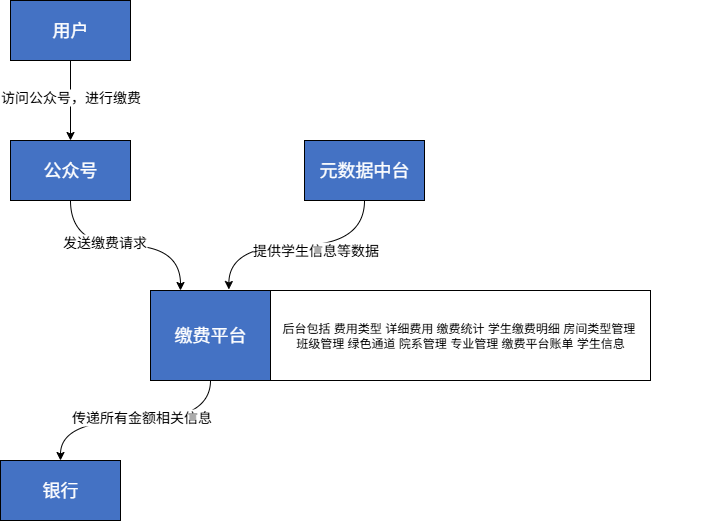
Earlier version of the draw.io export 缴费平台.drawio.png (bzerozero7/test). Source tidied: cells renumbered, new cells last; positions are measured from the earlier drawing's top-left corner, leaving out a move shared by most shapes.
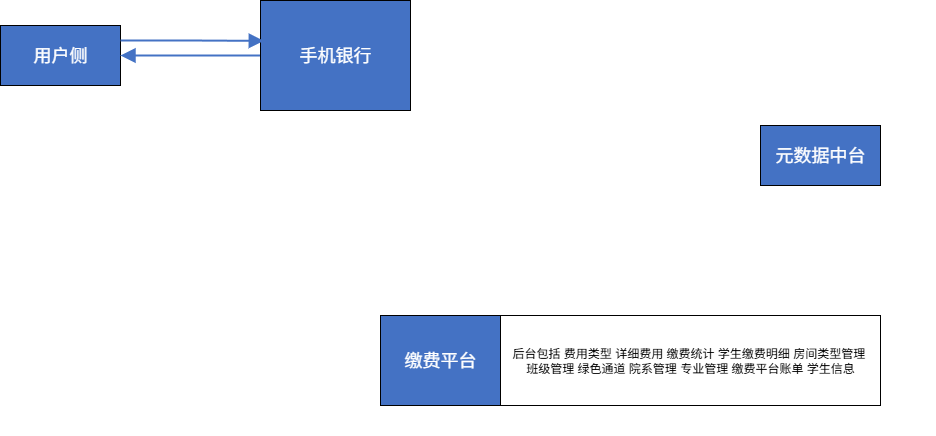
After the change.

Commit message:
更新缴费平台.drawio.png

Change to the diagram source:
```diff
@@ -2,50 +2,29 @@
   <root>
     <mxCell id="0" />
     <mxCell id="1" parent="0" />
-    <mxCell id="2" style="edgeStyle=orthogonalEdgeStyle;rounded=0;jettySize=auto;html=1;exitX=0.5;exitY=1;exitDx=0;exitDy=0;entryX=0.5;entryY=0;entryDx=0;entryDy=0;" parent="1" edge="1" source="4" target="7">
-      <mxGeometry relative="1" as="geometry" />
-    </mxCell>
-    <mxCell id="3" value="&lt;font style=&quot;font-size: 14px;&quot;&gt;访问公众号，进行缴费&lt;/font&gt;" style="edgeLabel;html=1;align=center;verticalAlign=middle;" parent="2" vertex="1">
-      <mxGeometry x="-0.11" y="-1" relative="1" as="geometry" />
-    </mxCell>
-    <mxCell id="4" value="&lt;font style=&quot;font-size: 18px; color: rgb(255, 255, 255);&quot;&gt;用户&lt;/font&gt;" style="rounded=0;whiteSpace=wrap;html=1;fillColor=#4472C4;" parent="1" vertex="1">
-      <mxGeometry x="10" width="120" height="60" as="geometry" />
+    <mxCell id="4" value="&lt;font style=&quot;font-size: 18px; color: rgb(255, 255, 255);&quot;&gt;用户侧&lt;/font&gt;" style="rounded=0;whiteSpace=wrap;html=1;fillColor=#4472C4;" parent="1" vertex="1">
+      <mxGeometry x="-230" width="120" height="60" as="geometry" />
     </mxCell>
-    <mxCell id="5" style="edgeStyle=orthogonalEdgeStyle;rounded=0;jettySize=auto;html=1;exitX=0.5;exitY=1;exitDx=0;exitDy=0;entryX=0.25;entryY=0;entryDx=0;entryDy=0;curved=1;" parent="1" edge="1" source="7" target="11">
-      <mxGeometry relative="1" as="geometry" />
-    </mxCell>
-    <mxCell id="6" value="&lt;font style=&quot;font-size: 14px;&quot;&gt;发送缴费请求&lt;/font&gt;" style="edgeLabel;html=1;align=center;verticalAlign=middle;" parent="5" vertex="1">
-      <mxGeometry x="-0.22" y="4" relative="1" as="geometry" />
-    </mxCell>
-    <mxCell id="7" value="&lt;font color=&quot;#ffffff&quot;&gt;&lt;span style=&quot;font-size: 18px;&quot;&gt;公众号&lt;/span&gt;&lt;/font&gt;" style="rounded=0;whiteSpace=wrap;html=1;fillColor=#4472C4;" parent="1" vertex="1">
-      <mxGeometry x="10" y="140" width="120" height="60" as="geometry" />
-    </mxCell>
     <mxCell id="8" value="&lt;font color=&quot;#ffffff&quot;&gt;&lt;span style=&quot;font-size: 18px;&quot;&gt;元数据中台&lt;/span&gt;&lt;/font&gt;" style="rounded=0;whiteSpace=wrap;html=1;fillColor=#4472C4;" parent="1" vertex="1">
-      <mxGeometry x="304" y="140" width="120" height="60" as="geometry" />
+      <mxGeometry x="530" y="100" width="120" height="60" as="geometry" />
     </mxCell>
-    <mxCell id="9" style="edgeStyle=orthogonalEdgeStyle;rounded=0;jettySize=auto;html=1;exitX=0.5;exitY=1;exitDx=0;exitDy=0;entryX=0.5;entryY=0;entryDx=0;entryDy=0;curved=1;" parent="1" edge="1" source="11" target="12">
-      <mxGeometry relative="1" as="geometry" />
-    </mxCell>
-    <mxCell id="10" value="&lt;font style=&quot;font-size: 14px;&quot;&gt;传递所有金额相关信息&lt;/font&gt;" style="edgeLabel;html=1;align=center;verticalAlign=middle;" parent="9" vertex="1">
-      <mxGeometry x="-0.05" y="-4" relative="1" as="geometry" />
-    </mxCell>
     <mxCell id="11" value="&lt;font color=&quot;#ffffff&quot;&gt;&lt;span style=&quot;font-size: 18px;&quot;&gt;缴费平台&lt;/span&gt;&lt;/font&gt;" style="rounded=0;whiteSpace=wrap;html=1;fillColor=#4472C4;" parent="1" vertex="1">
       <mxGeometry x="150" y="290" width="120" height="90" as="geometry" />
     </mxCell>
+    <mxCell id="17" style="edgeStyle=orthogonalEdgeStyle;rounded=0;jettySize=auto;html=1;exitX=0;exitY=0.5;exitDx=0;exitDy=0;endArrow=block;endFill=1;strokeColor=#4472C4;startSize=10;endSize=10;startArrow=none;startFill=0;strokeWidth=2;entryX=1;entryY=0.5;entryDx=0;entryDy=0;" parent="1" edge="1" source="12" target="4">
+      <mxGeometry relative="1" as="geometry" />
+    </mxCell>
-    <mxCell id="12" value="&lt;font color=&quot;#ffffff&quot;&gt;&lt;span style=&quot;font-size: 18px;&quot;&gt;银行&lt;/span&gt;&lt;/font&gt;" style="rounded=0;whiteSpace=wrap;html=1;fillColor=#4472C4;" parent="1" vertex="1">
-      <mxGeometry y="460" width="120" height="60" as="geometry" />
+    <mxCell id="12" value="&lt;font color=&quot;#ffffff&quot;&gt;&lt;span style=&quot;font-size: 18px;&quot;&gt;手机银行&lt;/span&gt;&lt;/font&gt;" style="rounded=0;whiteSpace=wrap;html=1;fillColor=#4472C4;" parent="1" vertex="1">
+      <mxGeometry x="30" y="-25" width="150" height="110" as="geometry" />
     </mxCell>
-    <mxCell id="13" style="edgeStyle=orthogonalEdgeStyle;rounded=0;jettySize=auto;html=1;exitX=0.5;exitY=1;exitDx=0;exitDy=0;entryX=0.653;entryY=-0.011;entryDx=0;entryDy=0;entryPerimeter=0;curved=1;" parent="1" edge="1" source="8" target="11">
-      <mxGeometry relative="1" as="geometry" />
-    </mxCell>
-    <mxCell id="14" value="&lt;font style=&quot;font-size: 14px;&quot;&gt;提供学生信息等数据&lt;/font&gt;" style="edgeLabel;html=1;align=center;verticalAlign=middle;" parent="13" vertex="1">
-      <mxGeometry x="-0.15" y="4" relative="1" as="geometry" />
-    </mxCell>
     <mxCell id="15" style="rounded=0;whiteSpace=wrap;html=1;" parent="1" vertex="1">
       <mxGeometry x="270" y="290" width="380" height="90" as="geometry" />
     </mxCell>
     <mxCell id="16" value="&lt;div&gt;后台包括&amp;nbsp;&lt;span style=&quot;background-color: transparent; color: light-dark(rgb(0, 0, 0), rgb(255, 255, 255));&quot;&gt;费用类型&amp;nbsp;&lt;/span&gt;&lt;span style=&quot;background-color: transparent; color: light-dark(rgb(0, 0, 0), rgb(255, 255, 255));&quot;&gt;详细费用&amp;nbsp;&lt;/span&gt;&lt;span style=&quot;background-color: transparent; color: light-dark(rgb(0, 0, 0), rgb(255, 255, 255));&quot;&gt;缴费统计&amp;nbsp;&lt;/span&gt;&lt;span style=&quot;background-color: transparent; color: light-dark(rgb(0, 0, 0), rgb(255, 255, 255));&quot;&gt;学生缴费明细&amp;nbsp;&lt;/span&gt;&lt;span style=&quot;background-color: transparent; color: light-dark(rgb(0, 0, 0), rgb(255, 255, 255));&quot;&gt;房间类型管理&amp;nbsp;&lt;/span&gt;&lt;/div&gt;&lt;div&gt;&lt;span style=&quot;background-color: transparent; color: light-dark(rgb(0, 0, 0), rgb(255, 255, 255));&quot;&gt;班级管理&amp;nbsp;&lt;/span&gt;&lt;span style=&quot;background-color: transparent; color: light-dark(rgb(0, 0, 0), rgb(255, 255, 255));&quot;&gt;绿色通道&amp;nbsp;&lt;/span&gt;&lt;span style=&quot;background-color: transparent; color: light-dark(rgb(0, 0, 0), rgb(255, 255, 255));&quot;&gt;院系管理&amp;nbsp;&lt;/span&gt;&lt;span style=&quot;background-color: transparent; color: light-dark(rgb(0, 0, 0), rgb(255, 255, 255));&quot;&gt;专业管理&amp;nbsp;&lt;/span&gt;&lt;span style=&quot;background-color: transparent; color: light-dark(rgb(0, 0, 0), rgb(255, 255, 255));&quot;&gt;缴费平台账单&amp;nbsp;&lt;/span&gt;&lt;span style=&quot;background-color: transparent; color: light-dark(rgb(0, 0, 0), rgb(255, 255, 255));&quot;&gt;学生信息&lt;/span&gt;&lt;/div&gt;" style="text;html=1;align=center;verticalAlign=middle;whiteSpace=wrap;rounded=0;" parent="1" vertex="1">
       <mxGeometry x="215" y="260" width="490" height="150" as="geometry" />
     </mxCell>
+    <mxCell id="18" style="edgeStyle=orthogonalEdgeStyle;rounded=0;jettySize=auto;html=1;exitX=1;exitY=0.25;exitDx=0;exitDy=0;endArrow=block;endFill=1;strokeColor=#4472C4;startSize=10;endSize=10;startArrow=none;startFill=0;strokeWidth=2;entryX=0.022;entryY=0.367;entryDx=0;entryDy=0;entryPerimeter=0;" parent="1" edge="1" source="4" target="12">
+      <mxGeometry relative="1" as="geometry" />
+    </mxCell>
   </root>
 </mxGraphModel>
```
